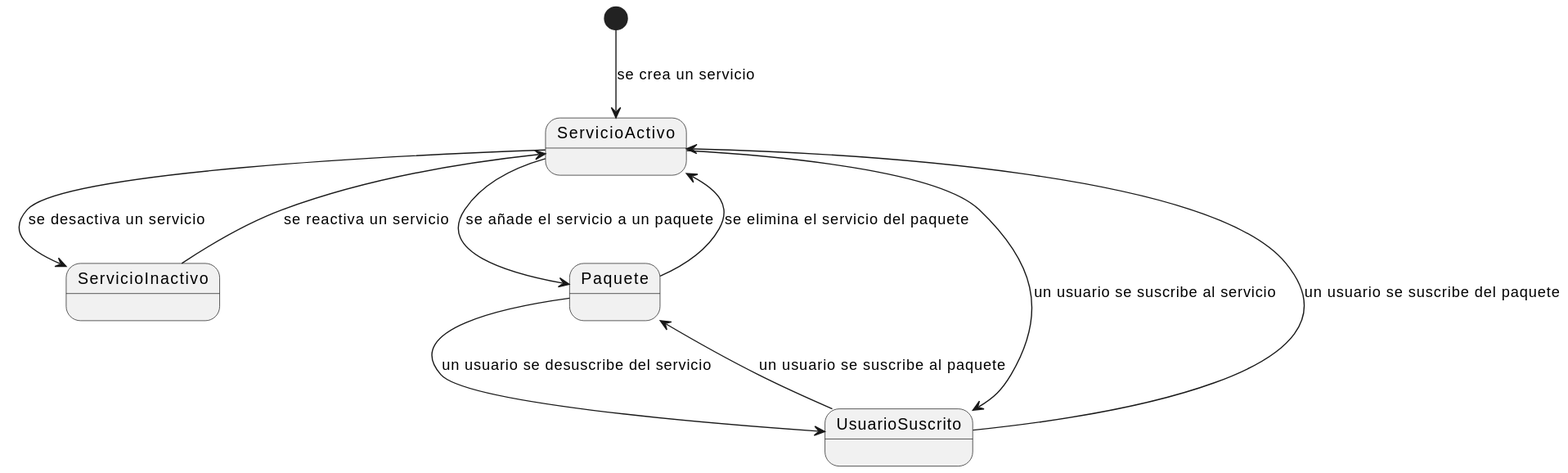
Above: Modelo_de_Dominio/Diagramas_de_Estado/Cuarta_Iteración/Servicios/Diagrama_de_Estados_Servicios.svg in mmasias/23-24-IdSw1-SDR (PlantUML), before the change.
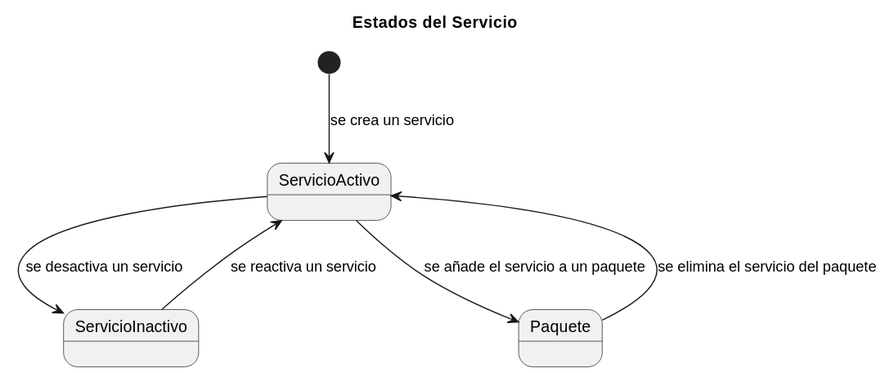
The same diagram one commit later.

Commit message:
Eliminado usuarios del diagrama de estados servicios

What changed in the source:
```diff
@@ -1,11 +1,11 @@
 @startuml
+
+Title Estados del Servicio
+
 [*] --> ServicioActivo : se crea un servicio
 ServicioActivo--> ServicioInactivo : se desactiva un servicio
 ServicioInactivo--> ServicioActivo : se reactiva un servicio
 ServicioActivo-->Paquete :se añade el servicio a un paquete
 Paquete --> ServicioActivo : se elimina el servicio del paquete
-ServicioActivo --> UsuarioSuscrito : un usuario se suscribe al servicio
-Paquete --> UsuarioSuscrito : un usuario se desuscribe del servicio
-UsuarioSuscrito --> Paquete : un usuario se suscribe al paquete
-UsuarioSuscrito --> ServicioActivo : un usuario se suscribe del paquete
+
 @enduml
```
